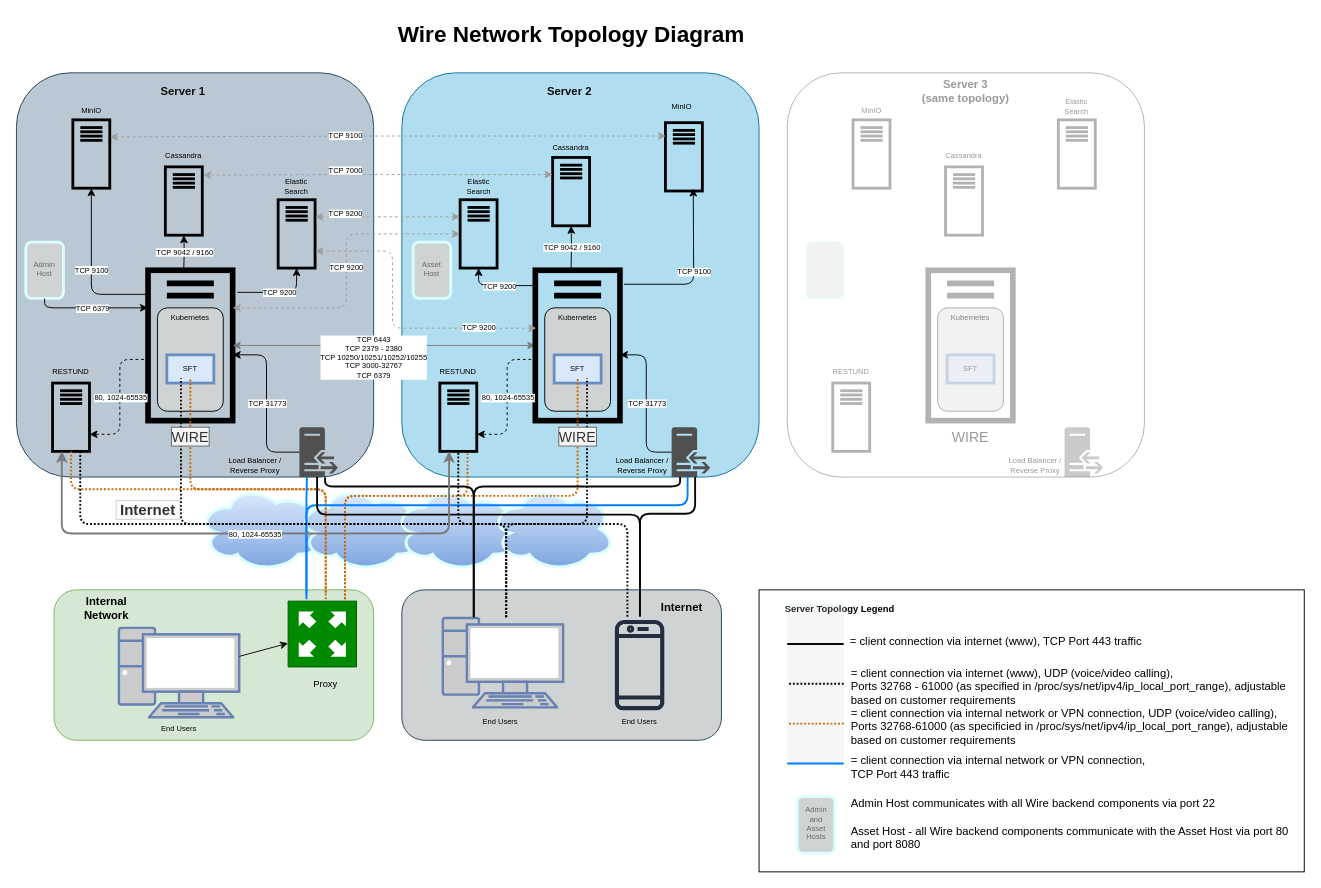
The draw.io diagram docs/src/how-to/install/img/network-topology.drawio in wireapp/wire-server, before the edit. Source tidied: cells renumbered, new cells numbered last; positions are measured from the earlier drawing's top-left corner, leaving out a move shared by most shapes. Both pictures are drawn from the tidied source at 94%, with x=0, y=0 at pixel (16, 16).
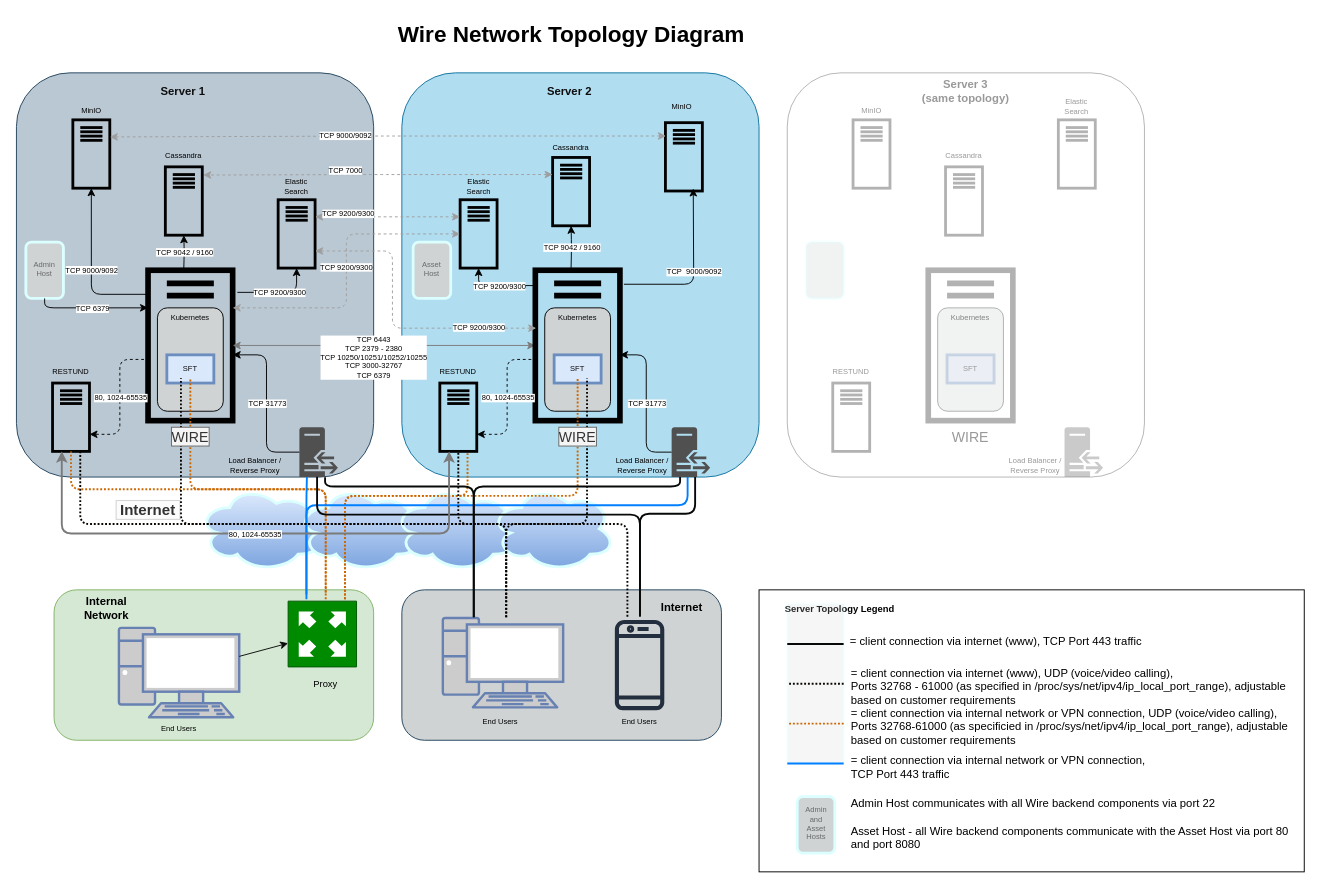
The same diagram, later.

Commit message (it also covers changes not shown here):
Updating the diagrams to have the right ports

Unchanged cells that the change refers to:
```xml
<mxCell id="53" style="endArrow=classic;html=1;strokeWidth=1;edgeStyle=orthogonalEdgeStyle;exitX=1.056;exitY=0.147;exitDx=0;exitDy=0;exitPerimeter=0;entryX=0.5;entryY=1;entryDx=0;entryDy=0;" parent="1" edge="1" source="9" target="27">
  <mxGeometry relative="1" as="geometry" />
</mxCell>
<mxCell id="55" style="endArrow=classic;html=1;strokeWidth=1;edgeStyle=orthogonalEdgeStyle;exitX=-0.008;exitY=0.16;exitDx=0;exitDy=0;exitPerimeter=0;entryX=0.5;entryY=1;entryDx=0;entryDy=0;" parent="1" edge="1" source="9" target="21">
  <mxGeometry relative="1" as="geometry" />
</mxCell>
<mxCell id="106" style="endArrow=classic;html=1;strokeWidth=1;edgeStyle=orthogonalEdgeStyle;exitX=0.013;exitY=0.102;exitDx=0;exitDy=0;entryX=0.5;entryY=1;entryDx=0;entryDy=0;exitPerimeter=0;" parent="1" edge="1" source="72" target="84">
  <mxGeometry relative="1" as="geometry" />
</mxCell>
<mxCell id="108" style="endArrow=classic;html=1;strokeWidth=1;edgeStyle=orthogonalEdgeStyle;exitX=1.047;exitY=0.093;exitDx=0;exitDy=0;exitPerimeter=0;" parent="1" edge="1" source="72">
  <mxGeometry relative="1" as="geometry">
    <mxPoint x="720" y="183" as="targetPoint" />
  </mxGeometry>
</mxCell>
<mxCell id="196" style="endArrow=classic;html=1;strokeWidth=1;edgeStyle=orthogonalEdgeStyle;exitX=0.016;exitY=0.195;exitDx=0;exitDy=0;exitPerimeter=0;entryX=1;entryY=0.25;entryDx=0;entryDy=0;strokeColor=#9E9E9E;dashed=1;startArrow=classic;startFill=1;" parent="1" edge="1" source="90" target="21">
  <mxGeometry relative="1" as="geometry" />
</mxCell>
<mxCell id="200" style="endArrow=classic;html=1;strokeWidth=1;edgeStyle=orthogonalEdgeStyle;exitX=0;exitY=0.25;exitDx=0;exitDy=0;entryX=1;entryY=0.25;entryDx=0;entryDy=0;strokeColor=#9E9E9E;dashed=1;startArrow=classic;startFill=1;" parent="1" edge="1" source="84" target="27">
  <mxGeometry relative="1" as="geometry" />
</mxCell>
<mxCell id="202" style="endArrow=classic;html=1;strokeWidth=1;edgeStyle=orthogonalEdgeStyle;exitX=0;exitY=0.5;exitDx=0;exitDy=0;entryX=1;entryY=0.25;entryDx=0;entryDy=0;strokeColor=#9E9E9E;dashed=1;startArrow=classic;startFill=1;" parent="1" edge="1" source="84" target="9">
  <mxGeometry relative="1" as="geometry" />
</mxCell>
<mxCell id="204" style="endArrow=classic;html=1;strokeWidth=1;edgeStyle=orthogonalEdgeStyle;exitX=1;exitY=0.75;exitDx=0;exitDy=0;entryX=0.011;entryY=0.385;entryDx=0;entryDy=0;strokeColor=#9E9E9E;dashed=1;startArrow=classic;startFill=1;entryPerimeter=0;" parent="1" edge="1" source="27" target="72">
  <mxGeometry relative="1" as="geometry">
    <Array as="points">
      <mxPoint x="400" y="250" />
      <mxPoint x="400" y="332" />
    </Array>
  </mxGeometry>
</mxCell>
```

What changed in the source:
```diff
@@
-    <mxCell id="54" value="TCP 9200" style="edgeLabel;html=1;align=center;verticalAlign=middle;fontSize=8;" parent="53" vertex="1">
+    <mxCell id="54" value="TCP 9200/9300" style="edgeLabel;html=1;align=center;verticalAlign=middle;fontSize=8;" parent="53" vertex="1">
       <mxGeometry relative="1" as="geometry" />
     </mxCell>
@@
-    <mxCell id="56" value="TCP 9100" style="edgeLabel;html=1;align=center;verticalAlign=middle;fontSize=8;" parent="55" vertex="1">
+    <mxCell id="56" value="TCP 9000/9092" style="edgeLabel;html=1;align=center;verticalAlign=middle;fontSize=8;" parent="55" vertex="1">
       <mxGeometry relative="1" as="geometry" />
     </mxCell>
@@
-    <mxCell id="107" value="TCP 9200" style="edgeLabel;html=1;align=center;verticalAlign=middle;fontSize=8;" parent="106" vertex="1">
+    <mxCell id="107" value="TCP 9200/9300" style="edgeLabel;html=1;align=center;verticalAlign=middle;fontSize=8;" parent="106" vertex="1">
       <mxGeometry relative="1" as="geometry" />
     </mxCell>
@@
-    <mxCell id="109" value="TCP 9100" style="edgeLabel;html=1;align=center;verticalAlign=middle;fontSize=8;" parent="108" vertex="1">
+    <mxCell id="109" value="TCP&amp;nbsp; 9000/9092" style="edgeLabel;html=1;align=center;verticalAlign=middle;fontSize=8;" parent="108" vertex="1">
       <mxGeometry relative="1" as="geometry" />
     </mxCell>
@@
-    <mxCell id="197" value="&lt;div&gt;TCP 9100&lt;/div&gt;" style="edgeLabel;html=1;align=center;verticalAlign=middle;fontSize=8;" parent="196" vertex="1">
+    <mxCell id="197" value="&lt;div&gt;TCP 9000/9092&lt;/div&gt;" style="edgeLabel;html=1;align=center;verticalAlign=middle;fontSize=8;" parent="196" vertex="1">
       <mxGeometry relative="1" as="geometry">
         <mxPoint x="-45" as="offset" />
       </mxGeometry>
     </mxCell>
@@
-    <mxCell id="201" value="TCP 9200" style="edgeLabel;html=1;align=center;verticalAlign=middle;fontSize=8;" parent="200" vertex="1">
+    <mxCell id="201" value="TCP 9200/9300" style="edgeLabel;html=1;align=center;verticalAlign=middle;fontSize=8;" parent="200" vertex="1">
       <mxGeometry relative="1" as="geometry">
-        <mxPoint x="-46" y="-4" as="offset" />
+        <mxPoint x="-43" y="-4" as="offset" />
       </mxGeometry>
     </mxCell>
@@
-    <mxCell id="203" value="TCP 9200" style="edgeLabel;html=1;align=center;verticalAlign=middle;fontSize=8;" parent="202" vertex="1">
+    <mxCell id="203" value="TCP 9200/9300" style="edgeLabel;html=1;align=center;verticalAlign=middle;fontSize=8;" parent="202" vertex="1">
       <mxGeometry relative="1" as="geometry">
         <mxPoint x="-1" y="-4" as="offset" />
       </mxGeometry>
     </mxCell>
@@
-    <mxCell id="205" value="TCP 9200" style="edgeLabel;html=1;align=center;verticalAlign=middle;fontSize=8;" parent="204" vertex="1">
+    <mxCell id="205" value="TCP 9200/9300" style="edgeLabel;html=1;align=center;verticalAlign=middle;fontSize=8;" parent="204" vertex="1">
       <mxGeometry relative="1" as="geometry">
         <mxPoint x="91" y="4" as="offset" />
       </mxGeometry>
     </mxCell>
```
